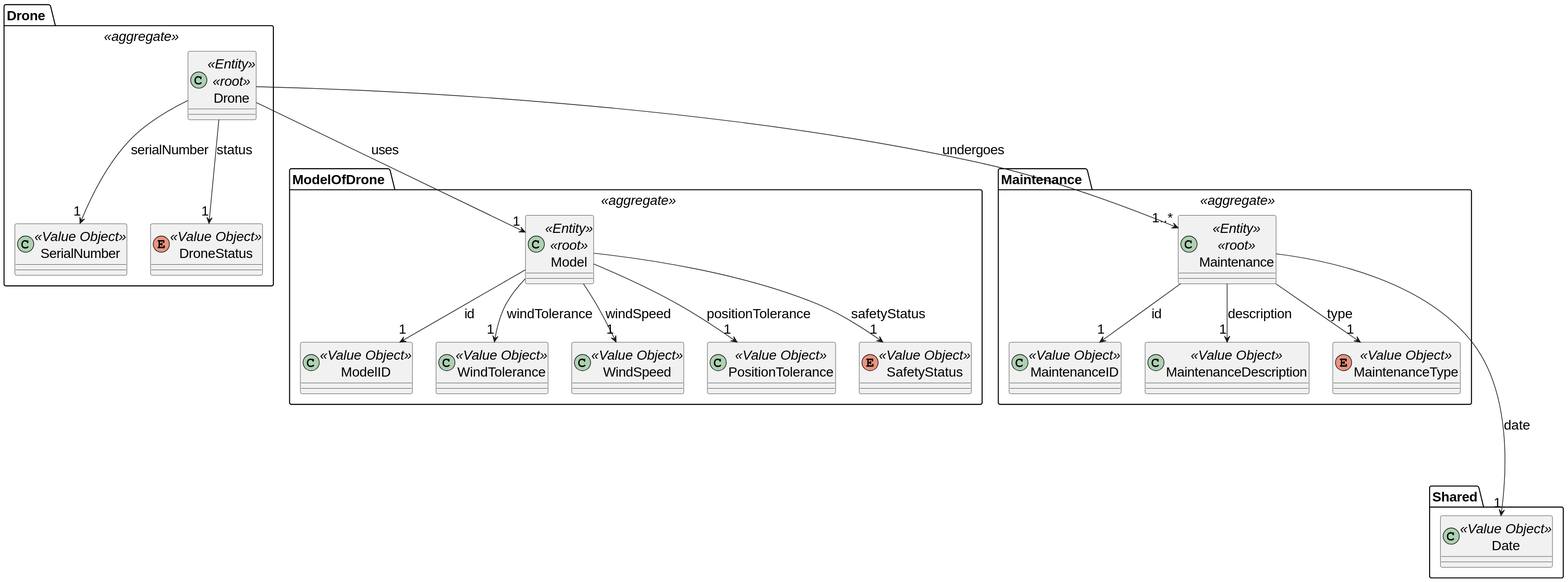
This is docs/global_artifacts/analysis/images/domain_model_drone.svg from diogoveirospro/sem4pi-2024-2025-sem4pi_2024_2025_g44, a PlantUML export, as it was before one commit.
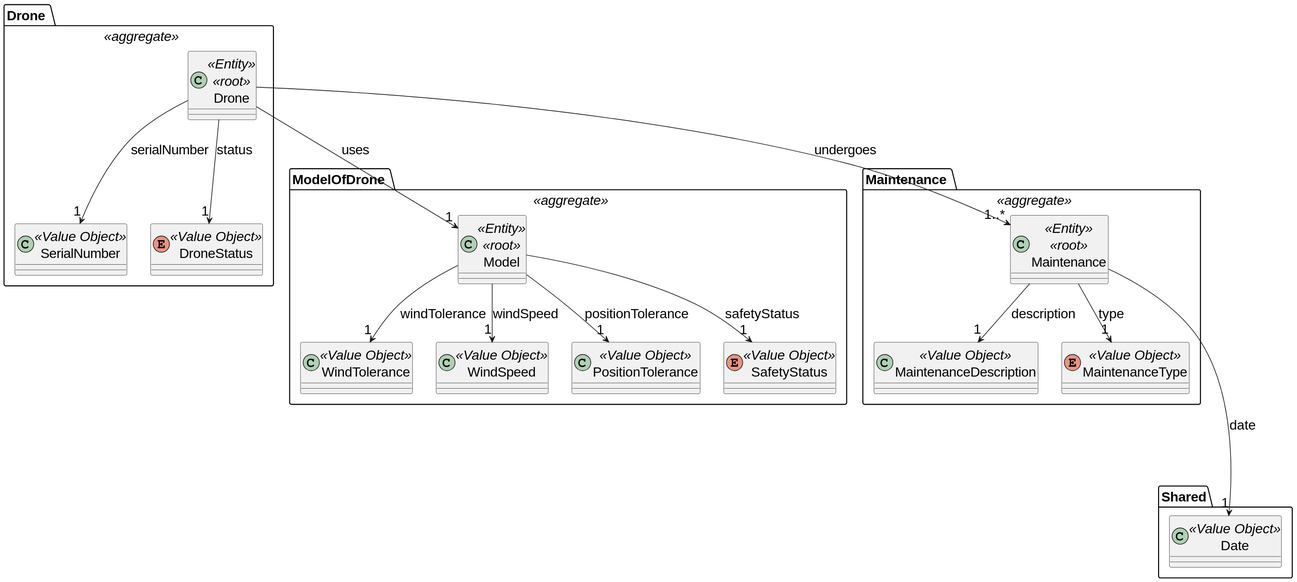
The same diagram one commit later.

Commit message:
#6 Elimination of domain model IDs.

Change to the diagram source:
```diff
@@ -21,9 +21,6 @@
     class Model <<Entity>> <<root>>{
     }
 
-    class ModelID <<Value Object>>{
-    }
-
     class WindTolerance <<Value Object>>{
     }
 
@@ -36,7 +33,6 @@
     enum SafetyStatus <<Value Object>>{
     }
 
-    Model --> "1" ModelID: id
     Model --> "1" WindTolerance: windTolerance
     Model --> "1" WindSpeed: windSpeed
     Model --> "1" PositionTolerance: positionTolerance
@@ -51,9 +47,6 @@
     class Maintenance <<Entity>> <<root>>{
     }
 
-    class MaintenanceID <<Value Object>>{
-    }
-
     class MaintenanceDescription <<Value Object>>{
     }
 
@@ -62,7 +55,6 @@
 
     Maintenance --> "1" MaintenanceDescription: description
     Maintenance --> "1" MaintenanceType: type
-    Maintenance --> "1" MaintenanceID: id
 
     Drone --> "1..*" Maintenance: undergoes
 }
```
